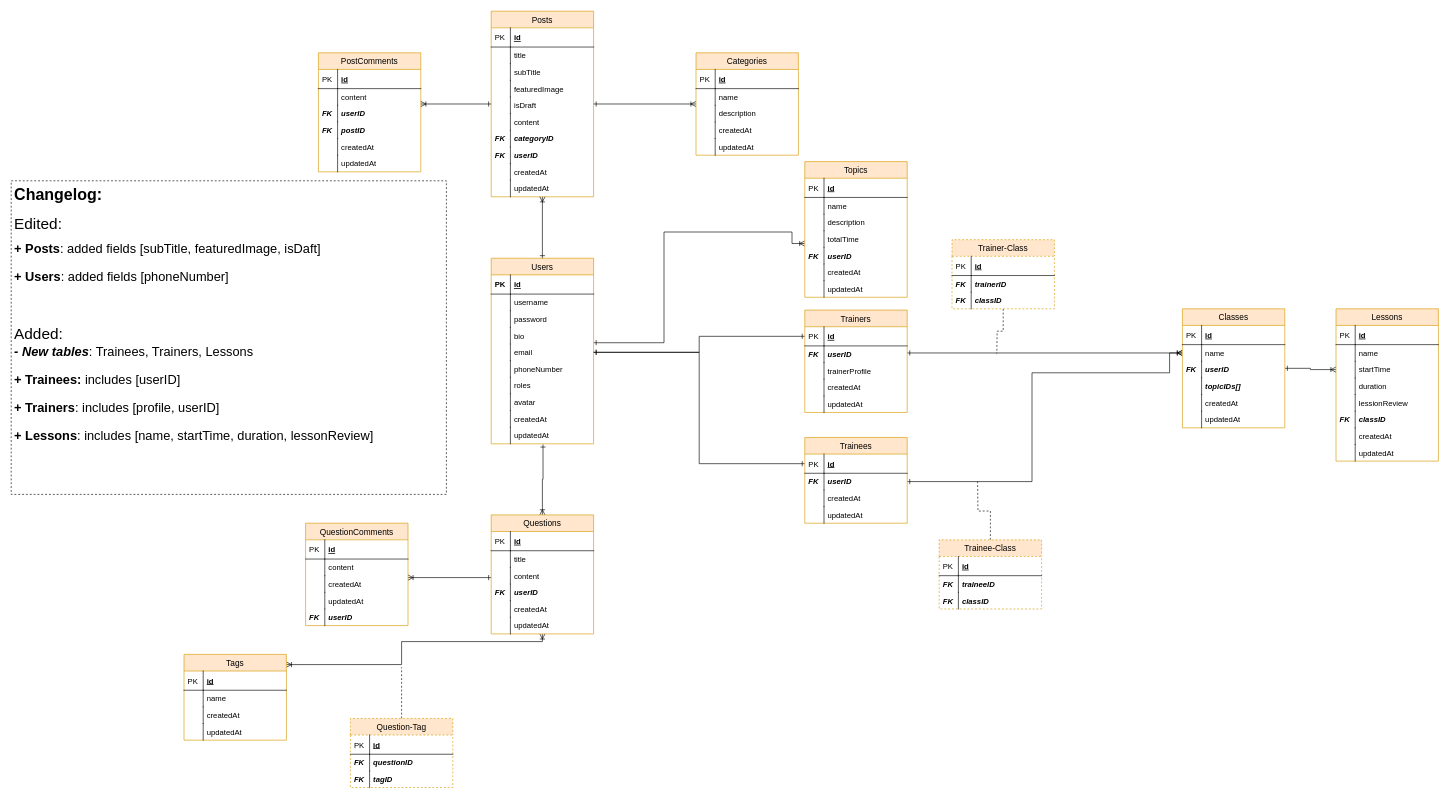
Earlier version of the draw.io diagram page "version 0.3" (1 of 2) of docs/database/database-design.drawio (DoraMatching/DoraMatching-API-main). Source tidied: cells renumbered, new cells numbered last; positions are measured from the earlier drawing's top-left corner, leaving out a move shared by most shapes. Both pictures are drawn from the tidied source at 64%, with x=0, y=0 at pixel (11, 11).
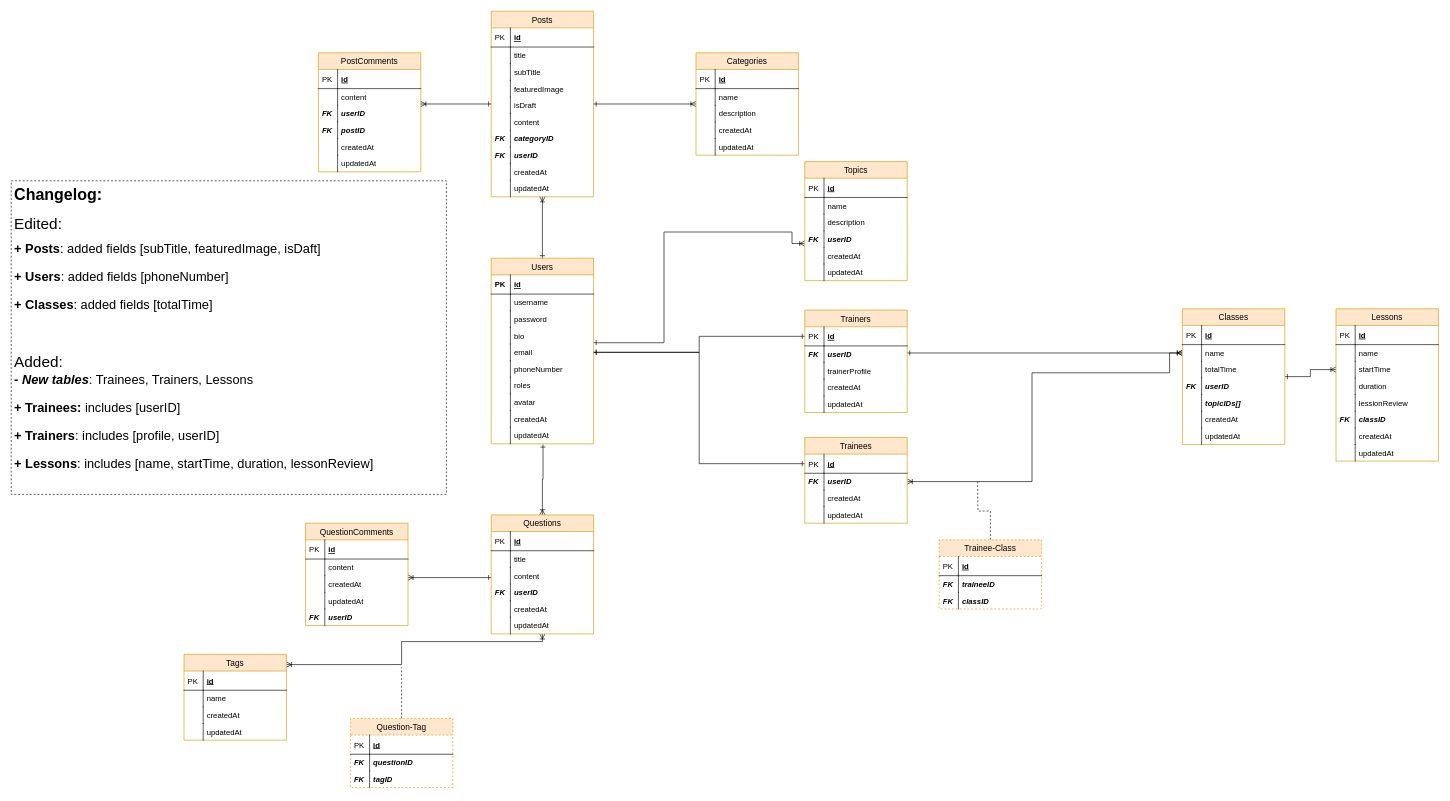
After the change.

The change refers to these unchanged cells:
```xml
<mxCell id="3" value="Users" style="swimlane;fontStyle=0;horizontal=1;startSize=26;fillColor=#ffe6cc;swimlaneFillColor=#ffffff;align=center;strokeWidth=1;fontSize=13;strokeColor=#d79b00;" parent="1" vertex="1">
  <mxGeometry x="750" y="386" width="160" height="290" as="geometry" />
</mxCell>
<mxCell id="165" value="userID" style="shape=partialRectangle;top=0;left=0;right=0;bottom=0;align=left;verticalAlign=top;fillColor=none;spacingLeft=34;spacingRight=4;overflow=hidden;points=[[0,0.5],[1,0.5]];portConstraint=eastwest;fontStyle=3;" parent="162" vertex="1">
  <mxGeometry y="56" width="160" height="26" as="geometry" />
</mxCell>
<mxCell id="175" value="name" style="shape=partialRectangle;top=0;left=0;right=0;bottom=0;align=left;verticalAlign=top;fillColor=none;spacingLeft=34;spacingRight=4;overflow=hidden;points=[[0,0.5],[1,0.5]];portConstraint=eastwest;" parent="172" vertex="1">
  <mxGeometry y="56" width="160" height="26" as="geometry" />
</mxCell>
```

What changed in the source:
```diff
@@
-    <mxCell id="2" style="edgeStyle=orthogonalEdgeStyle;rounded=0;jettySize=auto;html=1;entryX=0;entryY=0.769;entryDx=0;entryDy=0;startArrow=ERone;startFill=0;endArrow=ERoneToMany;endFill=0;entryPerimeter=0;" parent="1" edge="1" source="3" target="123">
+    <mxCell id="2" style="edgeStyle=orthogonalEdgeStyle;rounded=0;jettySize=auto;html=1;entryX=0;entryY=0.769;entryDx=0;entryDy=0;startArrow=ERone;startFill=0;endArrow=ERoneToMany;endFill=0;entryPerimeter=0;" parent="1" edge="1" source="3">
       <mxGeometry relative="1" as="geometry">
+        <mxPoint x="1240" y="363" as="targetPoint" />
         <Array as="points">
           <mxPoint x="1020" y="518" />
           <mxPoint x="1020" y="345" />
           <mxPoint x="1220" y="345" />
           <mxPoint x="1220" y="363" />
         </Array>
       </mxGeometry>
     </mxCell>
@@
     <mxCell id="116" value="Topics" style="swimlane;fontStyle=0;horizontal=1;startSize=26;fillColor=#ffe6cc;swimlaneFillColor=#ffffff;align=center;strokeWidth=1;fontSize=13;strokeColor=#d79b00;" parent="1" vertex="1">
-      <mxGeometry x="1240" y="235" width="160" height="212" as="geometry" />
+      <mxGeometry x="1240" y="235" width="160" height="186" as="geometry" />
     </mxCell>
@@
-    <mxCell id="123" value="totalTime" style="shape=partialRectangle;top=0;left=0;right=0;bottom=0;align=left;verticalAlign=top;fillColor=none;spacingLeft=34;spacingRight=4;overflow=hidden;points=[[0,0.5],[1,0.5]];portConstraint=eastwest;" parent="116" vertex="1">
-      <mxGeometry y="108" width="160" height="26" as="geometry" />
-    </mxCell>
-    <mxCell id="124" style="shape=partialRectangle;top=0;left=0;bottom=0;fillColor=none;align=left;verticalAlign=top;spacingLeft=4;spacingRight=4;overflow=hidden;" parent="123" vertex="1">
-      <mxGeometry width="30" height="26" as="geometry" />
-    </mxCell>
     <mxCell id="125" value="userID" style="shape=partialRectangle;top=0;left=0;right=0;bottom=0;align=left;verticalAlign=top;fillColor=none;spacingLeft=34;spacingRight=4;overflow=hidden;fontStyle=3;" parent="116" vertex="1">
-      <mxGeometry y="134" width="160" height="26" as="geometry" />
+      <mxGeometry y="108" width="160" height="26" as="geometry" />
     </mxCell>
@@
     <mxCell id="127" value="createdAt" style="shape=partialRectangle;top=0;left=0;right=0;bottom=0;align=left;verticalAlign=top;fillColor=none;spacingLeft=34;spacingRight=4;overflow=hidden;" parent="116" vertex="1">
-      <mxGeometry y="160" width="160" height="26" as="geometry" />
+      <mxGeometry y="134" width="160" height="26" as="geometry" />
     </mxCell>
@@
     <mxCell id="129" value="updatedAt" style="shape=partialRectangle;top=0;left=0;right=0;bottom=0;align=left;verticalAlign=top;fillColor=none;spacingLeft=34;spacingRight=4;overflow=hidden;" parent="116" vertex="1">
-      <mxGeometry y="186" width="160" height="26" as="geometry" />
+      <mxGeometry y="160" width="160" height="26" as="geometry" />
     </mxCell>
@@
-    <mxCell id="134" style="edgeStyle=orthogonalEdgeStyle;rounded=0;jettySize=auto;html=1;entryX=0;entryY=0.5;entryDx=0;entryDy=0;startArrow=ERone;startFill=0;endArrow=ERoneToMany;endFill=0;" parent="1" edge="1" source="165" target="175">
+    <mxCell id="134" style="edgeStyle=orthogonalEdgeStyle;rounded=0;jettySize=auto;html=1;entryX=0;entryY=0.5;entryDx=0;entryDy=0;startArrow=ERoneToMany;startFill=0;endArrow=ERoneToMany;endFill=0;" parent="1" edge="1" source="165" target="175">
       <mxGeometry relative="1" as="geometry">
         <Array as="points">
           <mxPoint x="1595" y="735" />
           <mxPoint x="1595" y="565" />
           <mxPoint x="1810" y="565" />
           <mxPoint x="1810" y="534" />
         </Array>
       </mxGeometry>
     </mxCell>
-    <mxCell id="135" style="edgeStyle=orthogonalEdgeStyle;rounded=0;jettySize=auto;html=1;startArrow=none;startFill=0;endArrow=none;endFill=0;dashed=1;" parent="1" edge="1" source="136">
-      <mxGeometry relative="1" as="geometry">
-        <mxPoint x="1540" y="535" as="targetPoint" />
-      </mxGeometry>
-    </mxCell>
-    <mxCell id="136" value="Trainer-Class" style="swimlane;fontStyle=0;horizontal=1;startSize=26;fillColor=#ffe6cc;swimlaneFillColor=#ffffff;align=center;strokeWidth=1;fontSize=13;strokeColor=#d79b00;dashed=1;" parent="1" vertex="1">
-      <mxGeometry x="1470" y="357" width="160" height="108" as="geometry" />
-    </mxCell>
-    <mxCell id="137" value="id" style="shape=partialRectangle;top=0;left=0;right=0;bottom=1;align=left;verticalAlign=middle;fillColor=none;spacingLeft=34;spacingRight=4;overflow=hidden;fontStyle=5;" parent="136" vertex="1">
-      <mxGeometry y="26" width="160" height="30" as="geometry" />
-    </mxCell>
-    <mxCell id="138" value="PK" style="shape=partialRectangle;top=0;left=0;bottom=0;fillColor=none;align=left;verticalAlign=middle;spacingLeft=4;spacingRight=4;overflow=hidden;" parent="137" vertex="1">
-      <mxGeometry width="30" height="30" as="geometry" />
-    </mxCell>
-    <mxCell id="139" value="trainerID" style="shape=partialRectangle;top=0;left=0;right=0;bottom=0;align=left;verticalAlign=top;fillColor=none;spacingLeft=34;spacingRight=4;overflow=hidden;fontStyle=3;" parent="136" vertex="1">
-      <mxGeometry y="56" width="160" height="26" as="geometry" />
-    </mxCell>
-    <mxCell id="140" value="FK" style="shape=partialRectangle;top=0;left=0;bottom=0;fillColor=none;align=left;verticalAlign=top;spacingLeft=4;spacingRight=4;overflow=hidden;fontStyle=3;" parent="139" vertex="1">
-      <mxGeometry width="30" height="26" as="geometry" />
-    </mxCell>
-    <mxCell id="141" value="classID" style="shape=partialRectangle;top=0;left=0;right=0;bottom=0;align=left;verticalAlign=top;fillColor=none;spacingLeft=34;spacingRight=4;overflow=hidden;fontStyle=3;" parent="136" vertex="1">
-      <mxGeometry y="82" width="160" height="26" as="geometry" />
-    </mxCell>
-    <mxCell id="142" value="FK" style="shape=partialRectangle;top=0;left=0;bottom=0;fillColor=none;align=left;verticalAlign=top;spacingLeft=4;spacingRight=4;overflow=hidden;fontStyle=3;" parent="141" vertex="1">
-      <mxGeometry width="30" height="26" as="geometry" />
-    </mxCell>
@@
     <mxCell id="172" value="Classes" style="swimlane;fontStyle=0;horizontal=1;startSize=26;fillColor=#ffe6cc;swimlaneFillColor=#ffffff;align=center;strokeWidth=1;fontSize=13;strokeColor=#d79b00;" parent="1" vertex="1">
-      <mxGeometry x="1830" y="465" width="160" height="186" as="geometry" />
+      <mxGeometry x="1830" y="465" width="160" height="212" as="geometry" />
     </mxCell>
@@
+    <mxCell id="123" value="totalTime" style="shape=partialRectangle;top=0;left=0;right=0;bottom=0;align=left;verticalAlign=top;fillColor=none;spacingLeft=34;spacingRight=4;overflow=hidden;points=[[0,0.5],[1,0.5]];portConstraint=eastwest;" parent="172" vertex="1">
+      <mxGeometry y="82" width="160" height="26" as="geometry" />
+    </mxCell>
+    <mxCell id="124" style="shape=partialRectangle;top=0;left=0;bottom=0;fillColor=none;align=left;verticalAlign=top;spacingLeft=4;spacingRight=4;overflow=hidden;" parent="123" vertex="1">
+      <mxGeometry width="30" height="26" as="geometry" />
+    </mxCell>
     <mxCell id="177" value="userID" style="shape=partialRectangle;top=0;left=0;right=0;bottom=0;align=left;verticalAlign=top;fillColor=none;spacingLeft=34;spacingRight=4;overflow=hidden;fontStyle=3;" parent="172" vertex="1">
-      <mxGeometry y="82" width="160" height="26" as="geometry" />
+      <mxGeometry y="108" width="160" height="26" as="geometry" />
     </mxCell>
@@
     <mxCell id="179" value="topicIDs[]" style="shape=partialRectangle;top=0;left=0;right=0;bottom=0;align=left;verticalAlign=top;fillColor=none;spacingLeft=34;spacingRight=4;overflow=hidden;fontStyle=3;" parent="172" vertex="1">
-      <mxGeometry y="108" width="160" height="26" as="geometry" />
+      <mxGeometry y="134" width="160" height="26" as="geometry" />
     </mxCell>
@@
     <mxCell id="181" value="createdAt" style="shape=partialRectangle;top=0;left=0;right=0;bottom=0;align=left;verticalAlign=top;fillColor=none;spacingLeft=34;spacingRight=4;overflow=hidden;" parent="172" vertex="1">
-      <mxGeometry y="134" width="160" height="26" as="geometry" />
+      <mxGeometry y="160" width="160" height="26" as="geometry" />
     </mxCell>
@@
     <mxCell id="183" value="updatedAt" style="shape=partialRectangle;top=0;left=0;right=0;bottom=0;align=left;verticalAlign=top;fillColor=none;spacingLeft=34;spacingRight=4;overflow=hidden;" parent="172" vertex="1">
-      <mxGeometry y="160" width="160" height="26" as="geometry" />
+      <mxGeometry y="186" width="160" height="26" as="geometry" />
     </mxCell>
@@
-    <mxCell id="202" value="&lt;h1 style=&quot;font-size: 25px&quot;&gt;Changelog:&lt;/h1&gt;&lt;p&gt;&lt;font style=&quot;font-size: 24px&quot;&gt;Edited:&lt;/font&gt;&lt;/p&gt;&lt;span style=&quot;font-size: 20px&quot;&gt;&lt;b&gt;+ Posts&lt;/b&gt;: added fields [subTitle, featuredImage, isDaft]&lt;/span&gt;&lt;br&gt;&lt;p style=&quot;font-size: 20px&quot;&gt;&lt;font style=&quot;font-size: 20px&quot;&gt;&lt;b&gt;+ Users&lt;/b&gt;: added fields [phoneNumber]&lt;/font&gt;&lt;/p&gt;&lt;p style=&quot;font-size: 20px&quot;&gt;&lt;br&gt;&lt;/p&gt;&lt;p&gt;&lt;font style=&quot;font-size: 24px&quot;&gt;Added:&lt;/font&gt;&lt;br&gt;&lt;b style=&quot;font-size: 20px&quot;&gt;&lt;i&gt;- New tables&lt;/i&gt;&lt;/b&gt;&lt;span style=&quot;font-size: 20px&quot;&gt;: Trainees, Trainers, Lessons&lt;/span&gt;&lt;/p&gt;&lt;p style=&quot;font-size: 20px&quot;&gt;&lt;b&gt;+ Trainees: &lt;/b&gt;includes [userID]&lt;/p&gt;&lt;p style=&quot;font-size: 20px&quot;&gt;&lt;b&gt;+ Trainers&lt;/b&gt;: includes [profile, userID]&lt;/p&gt;&lt;p style=&quot;font-size: 20px&quot;&gt;&lt;b&gt;+ Lessons&lt;/b&gt;: includes [name, startTime, duration, lessonReview]&lt;/p&gt;" style="text;html=1;fillColor=none;spacing=5;spacingTop=-20;whiteSpace=wrap;overflow=hidden;rounded=0;dashed=1;strokeColor=#000000;" parent="1" vertex="1">
+    <mxCell id="202" value="&lt;h1 style=&quot;font-size: 25px&quot;&gt;Changelog:&lt;/h1&gt;&lt;p&gt;&lt;font style=&quot;font-size: 24px&quot;&gt;Edited:&lt;/font&gt;&lt;/p&gt;&lt;span style=&quot;font-size: 20px&quot;&gt;&lt;b&gt;+ Posts&lt;/b&gt;: added fields [subTitle, featuredImage, isDaft]&lt;/span&gt;&lt;br&gt;&lt;p style=&quot;font-size: 20px&quot;&gt;&lt;font style=&quot;font-size: 20px&quot;&gt;&lt;b&gt;+ Users&lt;/b&gt;: added fields [phoneNumber]&lt;/font&gt;&lt;/p&gt;&lt;p style=&quot;font-size: 20px&quot;&gt;&lt;font style=&quot;font-size: 20px&quot;&gt;&lt;b&gt;+ Classes&lt;/b&gt;: added fields [totalTime]&lt;/font&gt;&lt;/p&gt;&lt;p style=&quot;font-size: 20px&quot;&gt;&lt;br&gt;&lt;/p&gt;&lt;p&gt;&lt;font style=&quot;font-size: 24px&quot;&gt;Added:&lt;/font&gt;&lt;br&gt;&lt;b style=&quot;font-size: 20px&quot;&gt;&lt;i&gt;- New tables&lt;/i&gt;&lt;/b&gt;&lt;span style=&quot;font-size: 20px&quot;&gt;: Trainees, Trainers, Lessons&lt;/span&gt;&lt;/p&gt;&lt;p style=&quot;font-size: 20px&quot;&gt;&lt;b&gt;+ Trainees: &lt;/b&gt;includes [userID]&lt;/p&gt;&lt;p style=&quot;font-size: 20px&quot;&gt;&lt;b&gt;+ Trainers&lt;/b&gt;: includes [profile, userID]&lt;/p&gt;&lt;p style=&quot;font-size: 20px&quot;&gt;&lt;b&gt;+ Lessons&lt;/b&gt;: includes [name, startTime, duration, lessonReview]&lt;/p&gt;" style="text;html=1;fillColor=none;spacing=5;spacingTop=-20;whiteSpace=wrap;overflow=hidden;rounded=0;dashed=1;strokeColor=#000000;" parent="1" vertex="1">
       <mxGeometry y="265" width="680" height="490" as="geometry" />
     </mxCell>
```
